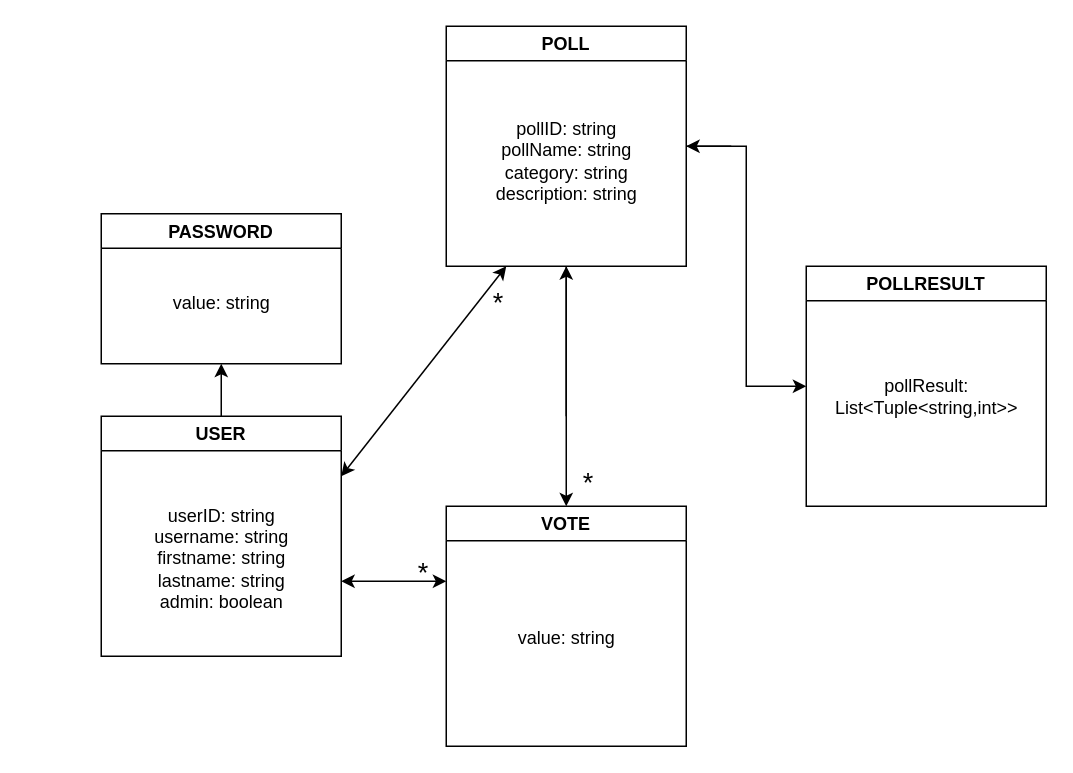
Before: Assignments/AssignmentA/DomainModel/domainmodel.drawio in LisaEliassen/DAT250_Project, a draw.io diagram. Source tidied: cells renumbered, new cells numbered last; positions are measured from the earlier drawing's top-left corner, leaving out a move shared by most shapes. Both pictures are drawn from the tidied source at 150%, with x=0, y=0 at pixel (100, 26).
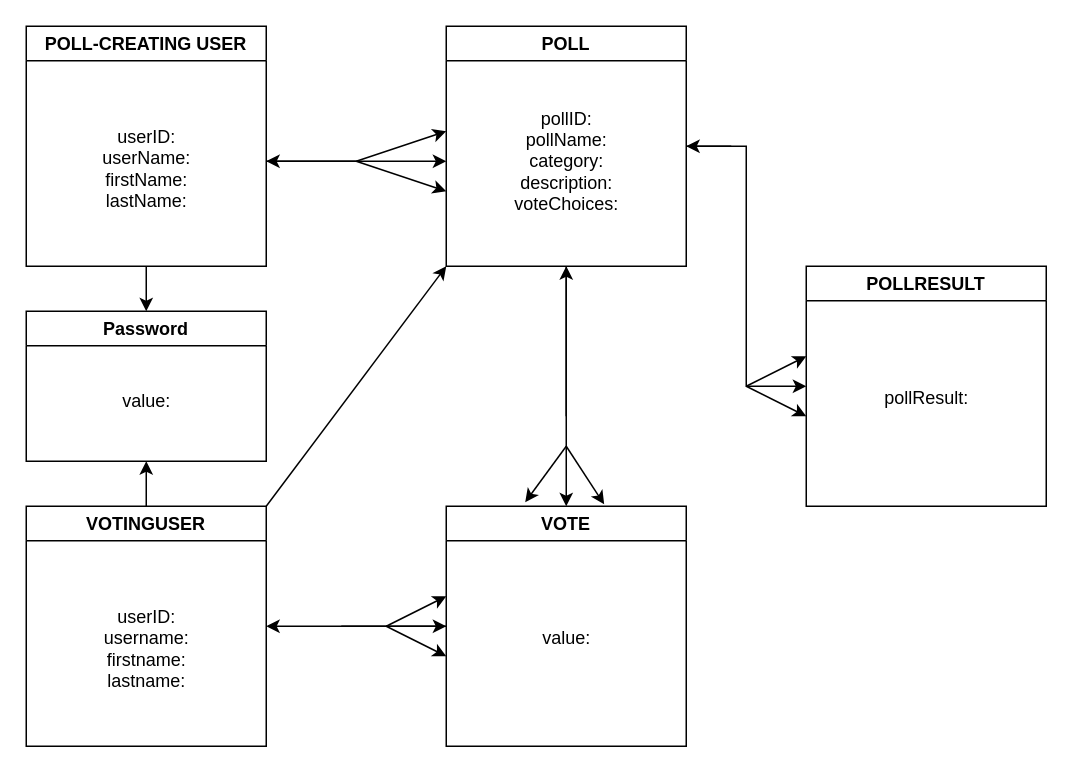
After the change.

The change refers to these unchanged cells:
```xml
<mxCell id="5" value="POLL" style="swimlane;" parent="1" vertex="1">
  <mxGeometry x="230" width="160" height="160" as="geometry" />
</mxCell>
<mxCell id="7" value="VOTE" style="swimlane;" parent="1" vertex="1">
  <mxGeometry x="230" y="320" width="160" height="160" as="geometry" />
</mxCell>
<mxCell id="9" value="POLLRESULT" style="swimlane;" parent="1" vertex="1">
  <mxGeometry x="470" y="160" width="160" height="160" as="geometry" />
</mxCell>
```

What changed in the source:
```diff
@@
+    <mxCell id="22" value="POLL-CREATING USER" style="swimlane;" parent="1" vertex="1">
+      <mxGeometry x="-50" width="160" height="160" as="geometry" />
+    </mxCell>
+    <mxCell id="23" value="userID:&lt;br&gt;userName:&lt;br&gt;firstName:&lt;br&gt;lastName:" style="text;html=1;align=center;verticalAlign=middle;strokeColor=none;fillColor=none;" parent="22" vertex="1">
+      <mxGeometry x="40" y="60" width="80" height="70" as="geometry" />
+    </mxCell>
-    <mxCell id="2" value="USER" style="swimlane;" parent="1" vertex="1">
-      <mxGeometry y="260" width="160" height="160" as="geometry" />
+    <mxCell id="2" value="VOTINGUSER" style="swimlane;" parent="1" vertex="1">
+      <mxGeometry x="-50" y="320" width="160" height="160" as="geometry" />
     </mxCell>
-    <mxCell id="3" value="userID: string&lt;br&gt;username: string&lt;br&gt;firstname: string&lt;br&gt;lastname: string&lt;br&gt;admin: boolean" style="text;html=1;align=center;verticalAlign=middle;strokeColor=none;fillColor=none;" parent="2" vertex="1">
-      <mxGeometry x="25" y="50" width="110" height="90" as="geometry" />
+    <mxCell id="3" value="userID:&lt;br&gt;username:&lt;br&gt;firstname:&lt;br&gt;lastname:" style="text;html=1;align=center;verticalAlign=middle;strokeColor=none;fillColor=none;" parent="2" vertex="1">
+      <mxGeometry x="40" y="60" width="80" height="70" as="geometry" />
     </mxCell>
@@
-    <mxCell id="6" value="pollID: string&lt;br&gt;pollName: string&lt;br&gt;category: string&lt;br&gt;description: string" style="text;html=1;align=center;verticalAlign=middle;strokeColor=none;fillColor=none;" parent="5" vertex="1">
-      <mxGeometry x="20" y="55" width="120" height="70" as="geometry" />
+    <mxCell id="6" value="pollID:&lt;br&gt;pollName:&lt;br&gt;category:&lt;br&gt;description:&lt;br&gt;voteChoices:" style="text;html=1;align=center;verticalAlign=middle;strokeColor=none;fillColor=none;" parent="5" vertex="1">
+      <mxGeometry x="35" y="45" width="90" height="90" as="geometry" />
     </mxCell>
@@
-    <mxCell id="8" value="&lt;br&gt;value: string" style="text;html=1;align=center;verticalAlign=middle;strokeColor=none;fillColor=none;" parent="7" vertex="1">
-      <mxGeometry x="35" y="60" width="90" height="40" as="geometry" />
+    <mxCell id="8" value="&lt;br&gt;value:" style="text;html=1;align=center;verticalAlign=middle;strokeColor=none;fillColor=none;" parent="7" vertex="1">
+      <mxGeometry x="50" y="60" width="60" height="40" as="geometry" />
     </mxCell>
+    <mxCell id="24" style="endArrow=classic;html=1;rounded=0;" parent="1" edge="1">
+      <mxGeometry relative="1" as="geometry">
+        <mxPoint x="170" y="90" as="sourcePoint" />
+        <mxPoint x="230" y="110" as="targetPoint" />
+      </mxGeometry>
+    </mxCell>
+    <mxCell id="25" style="endArrow=classic;html=1;rounded=0;" parent="1" edge="1">
+      <mxGeometry relative="1" as="geometry">
+        <mxPoint x="170" y="90" as="sourcePoint" />
+        <mxPoint x="230" y="70" as="targetPoint" />
+      </mxGeometry>
+    </mxCell>
@@
-    <mxCell id="10" value="&lt;br&gt;pollResult: &lt;br&gt;List&amp;lt;Tuple&amp;lt;string,int&amp;gt;&amp;gt;" style="text;html=1;align=center;verticalAlign=middle;strokeColor=none;fillColor=none;" parent="9" vertex="1">
-      <mxGeometry x="5" y="50" width="150" height="60" as="geometry" />
+    <mxCell id="10" value="&lt;br&gt;pollResult:" style="text;html=1;align=center;verticalAlign=middle;strokeColor=none;fillColor=none;" parent="9" vertex="1">
+      <mxGeometry x="40" y="60" width="80" height="40" as="geometry" />
     </mxCell>
+    <mxCell id="26" style="endArrow=classic;html=1;rounded=0;" parent="1" edge="1">
+      <mxGeometry relative="1" as="geometry">
+        <mxPoint x="110" y="90" as="sourcePoint" />
+        <mxPoint x="230" y="90" as="targetPoint" />
+      </mxGeometry>
+    </mxCell>
@@
+    <mxCell id="27" style="endArrow=classic;html=1;rounded=0;" parent="1" edge="1">
+      <mxGeometry relative="1" as="geometry">
+        <mxPoint x="430" y="240" as="sourcePoint" />
+        <mxPoint x="470" y="260" as="targetPoint" />
+      </mxGeometry>
+    </mxCell>
+    <mxCell id="28" style="endArrow=classic;html=1;rounded=0;" parent="1" edge="1">
+      <mxGeometry relative="1" as="geometry">
+        <mxPoint x="430" y="240" as="sourcePoint" />
+        <mxPoint x="470" y="220" as="targetPoint" />
+      </mxGeometry>
+    </mxCell>
@@
+    <mxCell id="29" style="endArrow=classic;html=1;rounded=0;" parent="1" edge="1">
+      <mxGeometry relative="1" as="geometry">
+        <mxPoint x="170" y="90" as="sourcePoint" />
+        <mxPoint x="110" y="90" as="targetPoint" />
+      </mxGeometry>
+    </mxCell>
@@
+    <mxCell id="30" style="endArrow=classic;html=1;rounded=0;entryX=1;entryY=0.5;entryDx=0;entryDy=0;exitX=0;exitY=0.5;exitDx=0;exitDy=0;" parent="1" edge="1" source="7" target="2">
+      <mxGeometry relative="1" as="geometry" />
+    </mxCell>
+    <mxCell id="31" style="endArrow=classic;html=1;rounded=0;entryX=0;entryY=0.5;entryDx=0;entryDy=0;" parent="1" edge="1" target="7">
+      <mxGeometry relative="1" as="geometry">
+        <mxPoint x="160" y="400" as="sourcePoint" />
+      </mxGeometry>
+    </mxCell>
+    <mxCell id="32" style="endArrow=classic;html=1;rounded=0;entryX=0.329;entryY=-0.017;entryDx=0;entryDy=0;entryPerimeter=0;" parent="1" edge="1" target="7">
+      <mxGeometry relative="1" as="geometry">
+        <mxPoint x="310" y="280" as="sourcePoint" />
+      </mxGeometry>
+    </mxCell>
+    <mxCell id="33" style="endArrow=classic;html=1;rounded=0;entryX=0.658;entryY=-0.008;entryDx=0;entryDy=0;entryPerimeter=0;" parent="1" edge="1" target="7">
+      <mxGeometry relative="1" as="geometry">
+        <mxPoint x="310" y="280" as="sourcePoint" />
+      </mxGeometry>
+    </mxCell>
-    <mxCell id="14" value="PASSWORD" style="swimlane;" parent="1" vertex="1">
-      <mxGeometry y="125" width="160" height="100" as="geometry" />
+    <mxCell id="14" value="Password" style="swimlane;" parent="1" vertex="1">
+      <mxGeometry x="-50" y="190" width="160" height="100" as="geometry" />
     </mxCell>
-    <mxCell id="15" value="value: string" style="text;html=1;align=center;verticalAlign=middle;strokeColor=none;fillColor=none;" parent="14" vertex="1">
-      <mxGeometry x="35" y="45" width="90" height="30" as="geometry" />
+    <mxCell id="15" value="value:" style="text;html=1;align=center;verticalAlign=middle;strokeColor=none;fillColor=none;" parent="14" vertex="1">
+      <mxGeometry x="50" y="45" width="60" height="30" as="geometry" />
     </mxCell>
+    <mxCell id="34" style="endArrow=classic;html=1;rounded=0;exitX=0.5;exitY=1;exitDx=0;exitDy=0;entryX=0.5;entryY=0;entryDx=0;entryDy=0;" parent="1" edge="1" source="22" target="14">
+      <mxGeometry relative="1" as="geometry" />
+    </mxCell>
@@
+    <mxCell id="35" style="endArrow=classic;html=1;rounded=0;" parent="1" edge="1">
+      <mxGeometry relative="1" as="geometry">
+        <mxPoint x="190" y="400" as="sourcePoint" />
+        <mxPoint x="230" y="380" as="targetPoint" />
+      </mxGeometry>
+    </mxCell>
+    <mxCell id="36" style="endArrow=classic;html=1;rounded=0;" parent="1" edge="1">
+      <mxGeometry relative="1" as="geometry">
+        <mxPoint x="190" y="400" as="sourcePoint" />
+        <mxPoint x="230" y="420" as="targetPoint" />
+      </mxGeometry>
+    </mxCell>
-    <mxCell id="17" style="endArrow=classic;startArrow=classic;html=1;rounded=0;entryX=0.25;entryY=1;entryDx=0;entryDy=0;exitX=1;exitY=0.25;exitDx=0;exitDy=0;" parent="1" edge="1" source="2" target="5">
+    <mxCell id="17" style="endArrow=classic;html=1;rounded=0;exitX=1;exitY=0;exitDx=0;exitDy=0;entryX=0;entryY=1;entryDx=0;entryDy=0;" parent="1" edge="1" source="2" target="5">
       <mxGeometry relative="1" as="geometry" />
     </mxCell>
-    <mxCell id="18" style="endArrow=classic;startArrow=classic;html=1;rounded=0;" parent="1" edge="1">
-      <mxGeometry relative="1" as="geometry">
-        <mxPoint x="160" y="370" as="sourcePoint" />
-        <mxPoint x="230" y="370" as="targetPoint" />
-      </mxGeometry>
-    </mxCell>
-    <mxCell id="19" value="&lt;font style=&quot;font-size: 18px;&quot;&gt;*&lt;/font&gt;" style="text;html=1;strokeColor=none;fillColor=none;align=center;verticalAlign=middle;whiteSpace=wrap;rounded=0;" parent="1" vertex="1">
-      <mxGeometry x="190" y="350" width="50" height="30" as="geometry" />
-    </mxCell>
-    <mxCell id="20" value="&lt;font style=&quot;font-size: 18px;&quot;&gt;*&lt;/font&gt;" style="text;html=1;strokeColor=none;fillColor=none;align=center;verticalAlign=middle;whiteSpace=wrap;rounded=0;" parent="1" vertex="1">
-      <mxGeometry x="300" y="290" width="50" height="30" as="geometry" />
-    </mxCell>
-    <mxCell id="21" value="&lt;font style=&quot;font-size: 18px;&quot;&gt;*&lt;/font&gt;" style="text;html=1;strokeColor=none;fillColor=none;align=center;verticalAlign=middle;whiteSpace=wrap;rounded=0;" parent="1" vertex="1">
-      <mxGeometry x="240" y="170" width="50" height="30" as="geometry" />
-    </mxCell>
```
